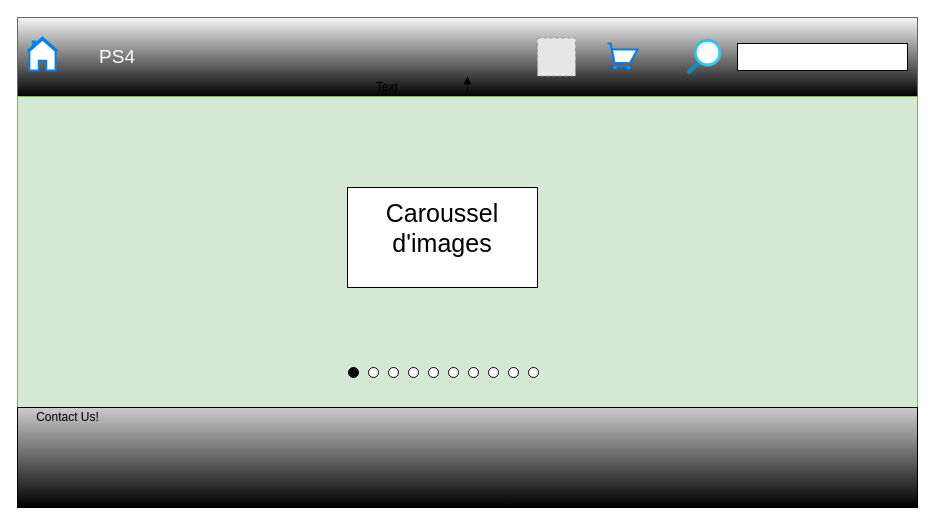
Before: Untitled Diagram.drawio in At0micA55/school_stuff, a draw.io diagram. Source tidied: cells renumbered, new cells numbered last; positions are measured from the earlier drawing's top-left corner, leaving out a move shared by most shapes. Both pictures are drawn from the tidied source at 100%, with x=0, y=0 at pixel (17, 17). Pictures stored in the file or linked from it are replaced by grey dashed boxes.
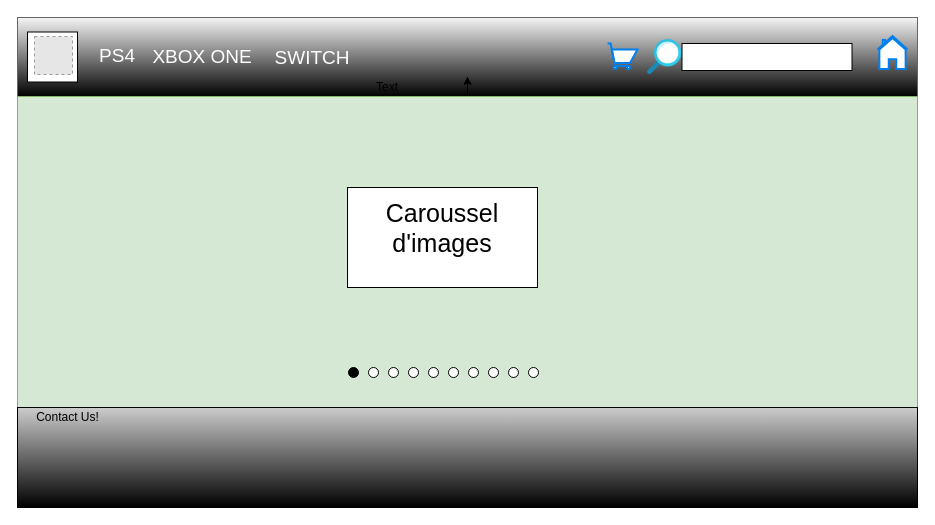
After the change.

Diff of the diagram source:
```diff
@@
     <mxCell id="22" style="rounded=0;whiteSpace=wrap;html=1;fillColor=#FFFFFF;" parent="1" vertex="1">
-      <mxGeometry x="720" y="26" width="170" height="27" as="geometry" />
+      <mxGeometry x="664.5" y="26" width="170" height="27" as="geometry" />
     </mxCell>
     <mxCell id="23" style="html=1;align=center;image;fontSize=12;image=img/lib/azure2/general/Search.svg;fillColor=#000000;gradientColor=#CCCCCC;" parent="1" vertex="1">
-      <mxGeometry x="670" y="22" width="34.5" height="35" as="geometry" />
+      <mxGeometry x="630" y="22" width="34.5" height="35" as="geometry" />
     </mxCell>
     <mxCell id="24" style="html=1;verticalLabelPosition=bottom;align=center;labelBackgroundColor=#ffffff;verticalAlign=top;strokeWidth=2;strokeColor=#0080F0;shadow=0;dashed=0;shape=mxgraph.ios7.icons.home;fillColor=#FFFFFF;gradientColor=none;" parent="1" vertex="1">
-      <mxGeometry x="10" y="20" width="30" height="33" as="geometry" />
+      <mxGeometry x="860" y="18.5" width="30" height="33" as="geometry" />
     </mxCell>
     <mxCell id="25" value="&lt;font style=&quot;font-size: 19px&quot; color=&quot;#FFFFFF&quot;&gt;PS4&lt;/font&gt;" style="text;html=1;strokeColor=none;fillColor=none;align=center;verticalAlign=middle;whiteSpace=wrap;rounded=0;" parent="1" vertex="1">
-      <mxGeometry x="80" y="29.5" width="40" height="20" as="geometry" />
+      <mxGeometry x="80" y="28.8" width="40" height="20" as="geometry" />
     </mxCell>
@@
+    <mxCell id="28" style="rounded=0;whiteSpace=wrap;html=1;" parent="1" vertex="1">
+      <mxGeometry x="10" y="14.5" width="50" height="50" as="geometry" />
+    </mxCell>
     <mxCell id="27" style="fillColor=#E6E6E6;strokeColor=#999999;dashed=1;html=1;verticalAlign=top;verticalLabelPosition=bottom;labelBackgroundColor=#ffffff;" parent="1" vertex="1">
-      <mxGeometry x="520" y="20.5" width="38" height="38" as="geometry" />
+      <mxGeometry x="17" y="19" width="38" height="38" as="geometry" />
     </mxCell>
+    <mxCell id="29" value="&lt;div&gt;&lt;font style=&quot;font-size: 19px&quot; color=&quot;#FFFFFF&quot;&gt;XBOX ONE&lt;/font&gt;&lt;/div&gt;" style="text;html=1;strokeColor=none;fillColor=none;align=center;verticalAlign=middle;whiteSpace=wrap;rounded=0;" parent="1" vertex="1">
+      <mxGeometry x="130" y="29.5" width="110" height="20" as="geometry" />
+    </mxCell>
+    <mxCell id="30" value="&lt;font style=&quot;font-size: 19px&quot; color=&quot;#FFFFFF&quot;&gt;SWITCH&lt;/font&gt;" style="text;html=1;strokeColor=none;fillColor=none;align=center;verticalAlign=middle;whiteSpace=wrap;rounded=0;" parent="1" vertex="1">
+      <mxGeometry x="240" y="30.8" width="110" height="20" as="geometry" />
+    </mxCell>
```
